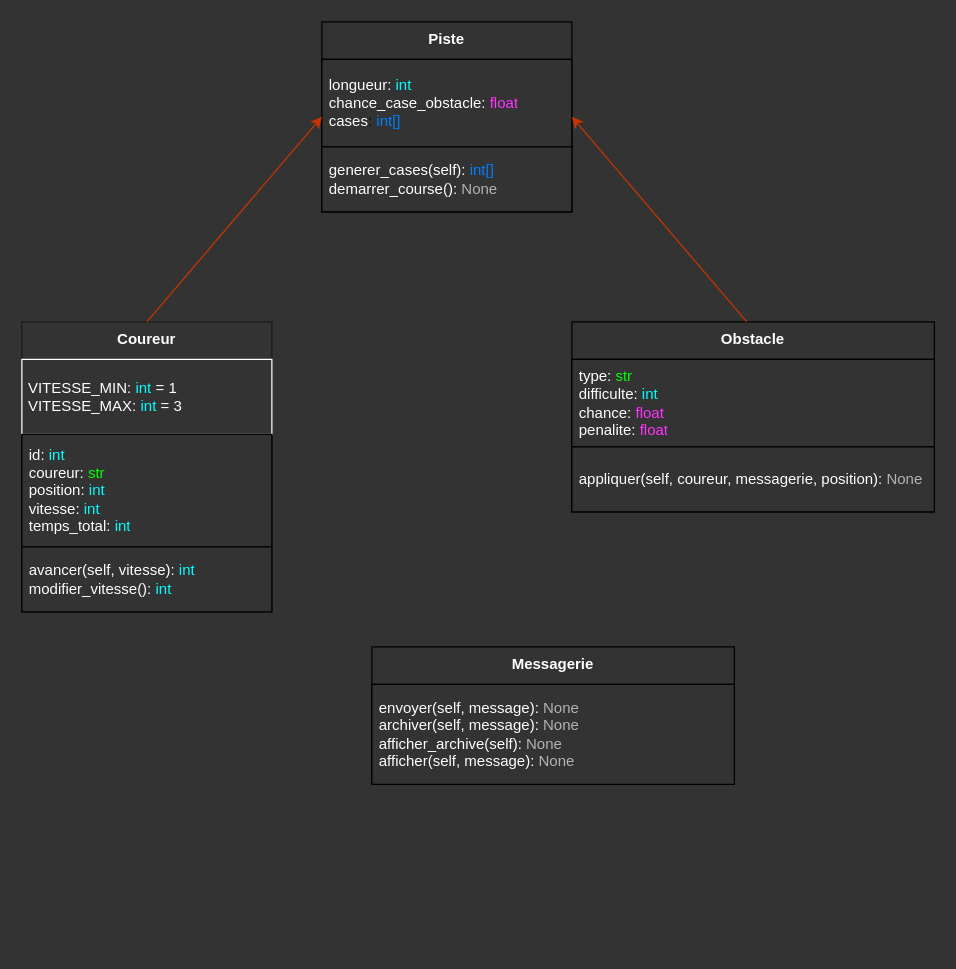
The draw.io diagram Projet 0 - La course à obstacles.drawio in MalekGK/Projet-0_La-course-a-obstacles, before the edit. Source tidied: cells renumbered, new cells numbered last; positions are measured from the earlier drawing's top-left corner, leaving out a move shared by most shapes. Both pictures are drawn from the tidied source at 125%, with x=0, y=0 at pixel (21, 21).
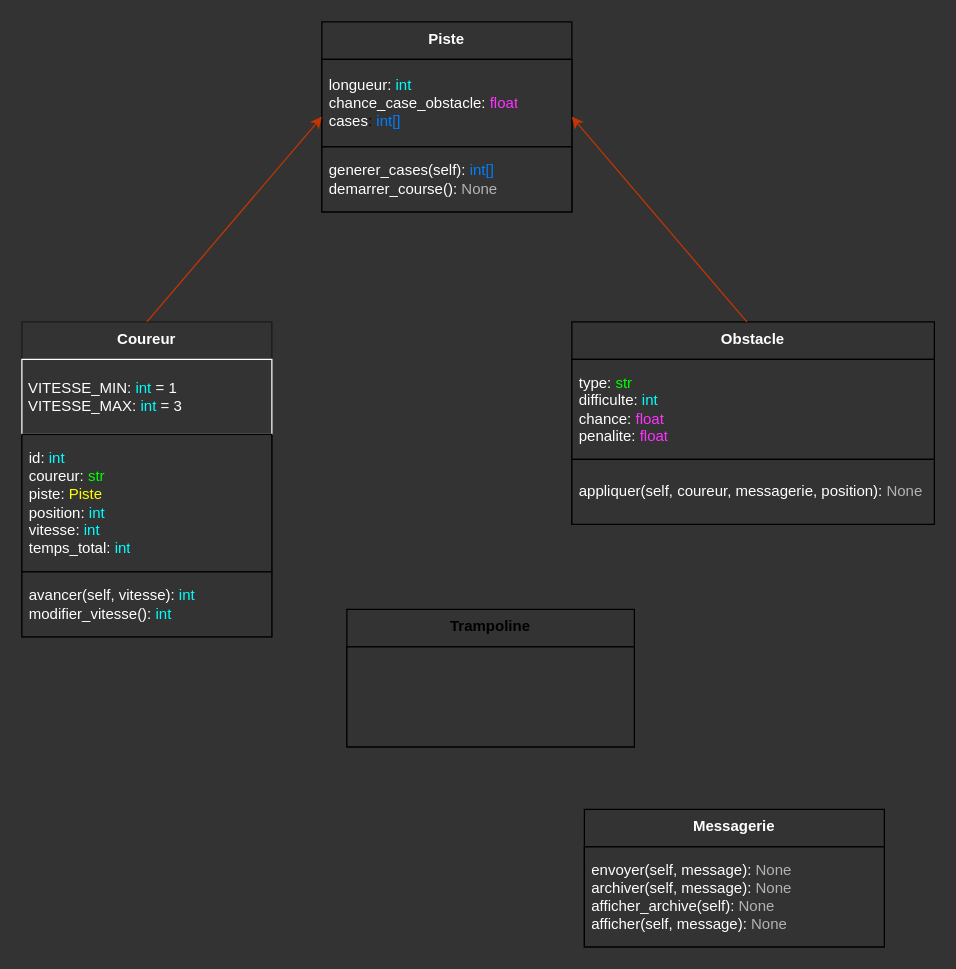
The same page after the edit.

Commit message:
Modified uml diagram

What changed in the source:
```diff
@@
 <mxGraphModel background="light-dark(#333333,#1A1A1A)">
   <root>
     <mxCell id="0" />
     <mxCell id="1" parent="0" />
     <mxCell id="2" value="&lt;b&gt;&lt;font style=&quot;color: light-dark(rgb(255, 255, 255), rgb(255, 255, 255));&quot;&gt;Coureur&lt;/font&gt;&lt;/b&gt;" style="swimlane;fontStyle=0;align=center;verticalAlign=top;horizontal=1;startSize=30;html=1;whiteSpace=wrap;strokeColor=#1A1A1A;fillColor=light-dark(#333333,#333333);" parent="1" vertex="1">
-      <mxGeometry y="240" width="200" height="232" as="geometry" />
+      <mxGeometry y="240" width="200" height="252" as="geometry" />
     </mxCell>
     <mxCell id="3" value="&lt;font style=&quot;color: light-dark(rgb(255, 255, 255), rgb(255, 255, 255));&quot;&gt;&amp;nbsp;VITESSE_MIN: &lt;/font&gt;&lt;font style=&quot;color: light-dark(rgb(0, 255, 255), rgb(0, 255, 255));&quot;&gt;int &lt;/font&gt;&lt;font style=&quot;color: light-dark(rgb(255, 255, 255), rgb(255, 255, 255));&quot;&gt;= &lt;/font&gt;&lt;font style=&quot;color: light-dark(rgb(255, 255, 255), rgb(255, 51, 51));&quot;&gt;1&lt;/font&gt;&lt;div&gt;&lt;span&gt;&lt;font style=&quot;color: light-dark(rgb(255, 255, 255), rgb(255, 255, 255));&quot;&gt;&amp;nbsp;VITESSE_MAX: &lt;/font&gt;&lt;font style=&quot;color: light-dark(rgb(0, 255, 255), rgb(0, 255, 255));&quot;&gt;int &lt;/font&gt;&lt;font style=&quot;color: light-dark(rgb(255, 255, 255), rgb(255, 255, 255));&quot;&gt;= &lt;/font&gt;&lt;font style=&quot;color: light-dark(rgb(255, 255, 255), rgb(255, 51, 51));&quot;&gt;3&lt;/font&gt;&lt;/span&gt;&lt;/div&gt;" style="rounded=0;whiteSpace=wrap;html=1;strokeColor=light-dark(#FFFFFF,#FFFFFF);fillColor=light-dark(#333333,#333333);align=left;" parent="2" vertex="1">
       <mxGeometry y="30" width="200" height="60" as="geometry" />
     </mxCell>
-    <mxCell id="4" value="&lt;font style=&quot;color: light-dark(rgb(255, 255, 255), rgb(255, 255, 255));&quot;&gt;id:&lt;/font&gt;&lt;font style=&quot;color: rgb(255, 255, 255);&quot;&gt; &lt;/font&gt;&lt;font style=&quot;color: light-dark(rgb(0, 255, 255), rgb(0, 255, 255));&quot;&gt;int&lt;/font&gt;&lt;div&gt;&lt;font style=&quot;color: light-dark(rgb(255, 255, 255), rgb(255, 255, 255));&quot;&gt;coureur: &lt;/font&gt;&lt;font style=&quot;color: light-dark(rgb(0, 255, 0), rgb(0, 255, 0));&quot;&gt;str&lt;/font&gt;&lt;/div&gt;&lt;div&gt;&lt;font style=&quot;color: light-dark(rgb(255, 255, 255), rgb(255, 255, 255));&quot;&gt;position:&lt;/font&gt;&lt;font style=&quot;color: rgb(255, 255, 255);&quot;&gt; &lt;/font&gt;&lt;font style=&quot;color: light-dark(rgb(0, 255, 255), rgb(0, 255, 255));&quot;&gt;int&lt;/font&gt;&lt;/div&gt;&lt;div&gt;&lt;font style=&quot;color: light-dark(rgb(255, 255, 255), rgb(255, 255, 255));&quot;&gt;vitesse: &lt;/font&gt;&lt;font style=&quot;color: light-dark(rgb(0, 255, 255), rgb(0, 255, 255));&quot;&gt;int&lt;/font&gt;&lt;/div&gt;&lt;div&gt;&lt;font style=&quot;color: light-dark(rgb(255, 255, 255), rgb(255, 255, 255));&quot;&gt;temps_total:&lt;/font&gt;&lt;font style=&quot;color: rgb(255, 255, 255);&quot;&gt; &lt;/font&gt;&lt;font style=&quot;color: light-dark(rgb(0, 255, 255), rgb(0, 255, 255));&quot;&gt;int&lt;/font&gt;&lt;/div&gt;" style="text;html=1;strokeColor=default;fillColor=light-dark(#333333,#333333);align=left;verticalAlign=middle;spacingLeft=4;spacingRight=4;overflow=hidden;fontColor=#808080;whiteSpace=wrap;" parent="2" vertex="1">
-      <mxGeometry y="90" width="200" height="90" as="geometry" />
+    <mxCell id="4" value="&lt;font style=&quot;color: light-dark(rgb(255, 255, 255), rgb(255, 255, 255));&quot;&gt;id:&lt;/font&gt;&lt;font style=&quot;color: rgb(255, 255, 255);&quot;&gt; &lt;/font&gt;&lt;font style=&quot;color: light-dark(rgb(0, 255, 255), rgb(0, 255, 255));&quot;&gt;int&lt;/font&gt;&lt;div&gt;&lt;font style=&quot;color: light-dark(rgb(255, 255, 255), rgb(255, 255, 255));&quot;&gt;coureur: &lt;/font&gt;&lt;font style=&quot;color: light-dark(rgb(0, 255, 0), rgb(0, 255, 0));&quot;&gt;str&lt;/font&gt;&lt;/div&gt;&lt;div&gt;&lt;font style=&quot;color: light-dark(rgb(255, 255, 255), rgb(255, 255, 255));&quot;&gt;piste: &lt;/font&gt;&lt;font style=&quot;color: light-dark(rgb(255, 255, 0), rgb(255, 255, 0));&quot;&gt;Piste&lt;/font&gt;&lt;/div&gt;&lt;div&gt;&lt;font style=&quot;color: light-dark(rgb(255, 255, 255), rgb(255, 255, 255));&quot;&gt;position:&lt;/font&gt;&lt;font style=&quot;color: rgb(255, 255, 255);&quot;&gt; &lt;/font&gt;&lt;font style=&quot;color: light-dark(rgb(0, 255, 255), rgb(0, 255, 255));&quot;&gt;int&lt;/font&gt;&lt;/div&gt;&lt;div&gt;&lt;font style=&quot;color: light-dark(rgb(255, 255, 255), rgb(255, 255, 255));&quot;&gt;vitesse: &lt;/font&gt;&lt;font style=&quot;color: light-dark(rgb(0, 255, 255), rgb(0, 255, 255));&quot;&gt;int&lt;/font&gt;&lt;/div&gt;&lt;div&gt;&lt;font style=&quot;color: light-dark(rgb(255, 255, 255), rgb(255, 255, 255));&quot;&gt;temps_total:&lt;/font&gt;&lt;font style=&quot;color: rgb(255, 255, 255);&quot;&gt; &lt;/font&gt;&lt;font style=&quot;color: light-dark(rgb(0, 255, 255), rgb(0, 255, 255));&quot;&gt;int&lt;/font&gt;&lt;/div&gt;" style="text;html=1;strokeColor=default;fillColor=light-dark(#333333,#333333);align=left;verticalAlign=middle;spacingLeft=4;spacingRight=4;overflow=hidden;fontColor=#808080;whiteSpace=wrap;" parent="2" vertex="1">
+      <mxGeometry y="90" width="200" height="110" as="geometry" />
     </mxCell>
     <mxCell id="5" value="&lt;font style=&quot;color: light-dark(rgb(255, 255, 255), rgb(255, 255, 255));&quot;&gt;avancer(self, vitesse):&lt;/font&gt;&lt;font style=&quot;color: rgb(255, 255, 255);&quot;&gt; &lt;/font&gt;&lt;font style=&quot;color: light-dark(rgb(0, 255, 255), rgb(0, 255, 255));&quot;&gt;int&lt;/font&gt;&lt;div&gt;&lt;font style=&quot;color: light-dark(rgb(255, 255, 255), rgb(255, 255, 255));&quot;&gt;modifier_vitesse():&lt;/font&gt;&lt;font style=&quot;color: rgb(255, 255, 255);&quot;&gt; &lt;/font&gt;&lt;font style=&quot;color: light-dark(rgb(0, 255, 255), rgb(0, 255, 255));&quot;&gt;int&lt;/font&gt;&lt;/div&gt;" style="text;html=1;strokeColor=default;fillColor=light-dark(#333333,#333333);align=left;verticalAlign=middle;spacingLeft=4;spacingRight=4;overflow=hidden;whiteSpace=wrap;" parent="2" vertex="1">
-      <mxGeometry y="180" width="200" height="52" as="geometry" />
+      <mxGeometry y="200" width="200" height="52" as="geometry" />
     </mxCell>
     <mxCell id="6" value="&lt;b&gt;&lt;font style=&quot;color: light-dark(rgb(255, 255, 255), rgb(255, 255, 255));&quot;&gt;Piste&lt;/font&gt;&lt;/b&gt;" style="swimlane;fontStyle=0;align=center;verticalAlign=top;horizontal=1;startSize=30;html=1;whiteSpace=wrap;fontColor=#FFFFFF;fillColor=light-dark(#333333,#333333);" parent="1" vertex="1">
       <mxGeometry x="240" width="200" height="152" as="geometry" />
     </mxCell>
     <mxCell id="7" value="&lt;font style=&quot;color: light-dark(rgb(255, 255, 255), rgb(255, 255, 255));&quot;&gt;longueu&lt;/font&gt;&lt;font style=&quot;color: light-dark(rgb(0, 0, 0), rgb(255, 255, 255));&quot;&gt;&lt;font style=&quot;color: light-dark(rgb(255, 255, 255), rgb(255, 255, 255));&quot;&gt;r&lt;/font&gt;&lt;font style=&quot;color: rgb(255, 255, 255);&quot;&gt;:&lt;/font&gt;&lt;/font&gt;&lt;font style=&quot;color: rgb(255, 255, 255);&quot;&gt; &lt;/font&gt;&lt;font style=&quot;color: light-dark(rgb(0, 255, 255), rgb(0, 255, 255));&quot;&gt;int&lt;/font&gt;&lt;div&gt;&lt;font style=&quot;color: light-dark(rgb(255, 255, 255), rgb(255, 255, 255));&quot;&gt;chance_case_obstacle:&lt;/font&gt;&lt;font style=&quot;color: rgb(255, 255, 255);&quot;&gt; &lt;/font&gt;&lt;font style=&quot;color: rgb(255, 51, 255);&quot;&gt;float&lt;/font&gt;&lt;/div&gt;&lt;div&gt;&lt;font style=&quot;color: light-dark(rgb(255, 255, 255), rgb(255, 255, 255));&quot;&gt;cases&lt;/font&gt;&lt;font style=&quot;color: light-dark(rgb(0, 0, 0), rgb(255, 255, 255));&quot;&gt;:&lt;/font&gt;&lt;font&gt;&lt;font style=&quot;color: light-dark(rgb(0, 0, 0), rgb(255, 255, 255));&quot;&gt; &lt;/font&gt;&lt;font style=&quot;color: rgb(0, 127, 255);&quot;&gt;int[]&lt;/font&gt;&lt;/font&gt;&lt;/div&gt;" style="text;html=1;strokeColor=default;fillColor=light-dark(#333333,#333333);align=left;verticalAlign=middle;spacingLeft=4;spacingRight=4;overflow=hidden;fontColor=#808080;whiteSpace=wrap;" parent="6" vertex="1">
       <mxGeometry y="30" width="200" height="70" as="geometry" />
     </mxCell>
     <mxCell id="8" value="&lt;font style=&quot;color: light-dark(rgb(255, 255, 255), rgb(255, 255, 255));&quot;&gt;generer_cases(self):&lt;/font&gt;&lt;font style=&quot;color: rgb(255, 255, 255);&quot;&gt; &lt;/font&gt;&lt;font style=&quot;color: rgb(0, 127, 255);&quot;&gt;int[]&lt;/font&gt;&lt;div&gt;&lt;div&gt;&lt;font style=&quot;color: light-dark(rgb(255, 255, 255), rgb(255, 255, 255));&quot;&gt;demarrer_course():&lt;/font&gt;&lt;font style=&quot;color: rgb(255, 255, 255);&quot;&gt; &lt;/font&gt;&lt;font style=&quot;color: light-dark(rgb(179, 179, 179), rgb(179, 179, 179));&quot;&gt;None&lt;/font&gt;&lt;/div&gt;&lt;/div&gt;" style="text;html=1;strokeColor=default;fillColor=light-dark(#333333,#333333);align=left;verticalAlign=middle;spacingLeft=4;spacingRight=4;overflow=hidden;whiteSpace=wrap;" parent="6" vertex="1">
       <mxGeometry y="100" width="200" height="52" as="geometry" />
     </mxCell>
     <mxCell id="9" value="&lt;b&gt;&lt;font style=&quot;color: light-dark(rgb(255, 255, 255), rgb(255, 255, 255));&quot;&gt;Obstacle&lt;/font&gt;&lt;/b&gt;" style="swimlane;fontStyle=0;align=center;verticalAlign=top;horizontal=1;startSize=30;html=1;whiteSpace=wrap;fillColor=light-dark(#333333,#333333);" parent="1" vertex="1">
-      <mxGeometry x="440" y="240" width="290" height="152" as="geometry" />
+      <mxGeometry x="440" y="240" width="290" height="162" as="geometry" />
     </mxCell>
     <mxCell id="10" value="&lt;font style=&quot;color: light-dark(rgb(255, 255, 255), rgb(255, 255, 255));&quot;&gt;type:&lt;/font&gt;&lt;font style=&quot;color: rgb(255, 255, 255);&quot;&gt; &lt;/font&gt;&lt;font style=&quot;color: light-dark(rgb(0, 255, 0), rgb(0, 255, 0));&quot;&gt;str&lt;/font&gt;&lt;div&gt;&lt;font style=&quot;color: light-dark(rgb(255, 255, 255), rgb(255, 255, 255));&quot;&gt;difficulte:&lt;/font&gt;&lt;font style=&quot;color: rgb(255, 255, 255);&quot;&gt; &lt;/font&gt;&lt;font style=&quot;color: light-dark(rgb(0, 255, 255), rgb(0, 255, 255));&quot;&gt;int&lt;/font&gt;&lt;/div&gt;&lt;div&gt;&lt;font style=&quot;color: light-dark(rgb(255, 255, 255), rgb(255, 255, 255));&quot;&gt;chance:&lt;/font&gt;&lt;font style=&quot;color: rgb(255, 255, 255);&quot;&gt; &lt;/font&gt;&lt;font style=&quot;color: rgb(255, 51, 255);&quot;&gt;float&lt;/font&gt;&lt;/div&gt;&lt;div&gt;&lt;font style=&quot;color: light-dark(rgb(255, 255, 255), rgb(255, 255, 255));&quot;&gt;penalite:&lt;/font&gt;&lt;font style=&quot;color: rgb(255, 255, 255);&quot;&gt; &lt;/font&gt;&lt;font style=&quot;color: rgb(255, 51, 255);&quot;&gt;float&lt;/font&gt;&lt;/div&gt;" style="text;html=1;strokeColor=default;fillColor=light-dark(#333333,#333333);align=left;verticalAlign=middle;spacingLeft=4;spacingRight=4;overflow=hidden;fontColor=#808080;whiteSpace=wrap;" parent="9" vertex="1">
-      <mxGeometry y="30" width="290" height="70" as="geometry" />
+      <mxGeometry y="30" width="290" height="80" as="geometry" />
     </mxCell>
     <mxCell id="11" value="&lt;font style=&quot;color: light-dark(rgb(255, 255, 255), rgb(255, 255, 255));&quot;&gt;appliquer(self, coureur, messagerie, position):&lt;/font&gt;&lt;font style=&quot;color: rgb(255, 255, 255);&quot;&gt; &lt;/font&gt;&lt;font style=&quot;color: light-dark(rgb(179, 179, 179), rgb(179, 179, 179));&quot;&gt;None&lt;/font&gt;" style="text;html=1;strokeColor=default;fillColor=light-dark(#333333,#333333);align=left;verticalAlign=middle;spacingLeft=4;spacingRight=4;overflow=hidden;whiteSpace=wrap;" parent="9" vertex="1">
-      <mxGeometry y="100" width="290" height="52" as="geometry" />
+      <mxGeometry y="110" width="290" height="52" as="geometry" />
     </mxCell>
     <mxCell id="12" style="endArrow=classic;html=1;entryX=0;entryY=0.5;entryDx=0;entryDy=0;fillColor=#fa6800;strokeColor=#C73500;" parent="1" edge="1" target="6">
       <mxGeometry relative="1" as="geometry">
         <mxPoint x="100" y="240" as="sourcePoint" />
       </mxGeometry>
     </mxCell>
     <mxCell id="13" style="endArrow=classic;html=1;entryX=1;entryY=0.5;entryDx=0;entryDy=0;fillColor=#fa6800;strokeColor=#C73500;" parent="1" edge="1" target="6">
       <mxGeometry relative="1" as="geometry">
         <mxPoint x="580" y="240" as="sourcePoint" />
       </mxGeometry>
     </mxCell>
     <mxCell id="14" value="&lt;b&gt;&lt;font style=&quot;color: light-dark(rgb(255, 255, 255), rgb(255, 255, 255));&quot;&gt;Messagerie&lt;/font&gt;&lt;/b&gt;" style="swimlane;fontStyle=0;align=center;verticalAlign=top;horizontal=1;startSize=30;html=1;whiteSpace=wrap;fillColor=light-dark(#333333,#333333);" parent="1" vertex="1">
-      <mxGeometry x="280" y="500" width="290" height="110" as="geometry" />
+      <mxGeometry x="450" y="630" width="240" height="110" as="geometry" />
     </mxCell>
     <mxCell id="15" value="&lt;font style=&quot;color: light-dark(rgb(255, 255, 255), rgb(255, 255, 255));&quot;&gt;envoyer(self, message): &lt;/font&gt;&lt;font style=&quot;color: light-dark(rgb(179, 179, 179), rgb(179, 179, 179));&quot;&gt;None&lt;/font&gt;&lt;div&gt;&lt;span&gt;&lt;font style=&quot;color: light-dark(rgb(255, 255, 255), rgb(255, 255, 255));&quot;&gt;archiver(self, message): &lt;/font&gt;&lt;font style=&quot;color: light-dark(rgb(179, 179, 179), rgb(179, 179, 179));&quot;&gt;None&lt;/font&gt;&lt;/span&gt;&lt;/div&gt;&lt;div&gt;&lt;span&gt;&lt;font style=&quot;color: light-dark(rgb(255, 255, 255), rgb(255, 255, 255));&quot;&gt;afficher_archive(self): &lt;/font&gt;&lt;font style=&quot;color: light-dark(rgb(179, 179, 179), rgb(179, 179, 179));&quot;&gt;None&lt;/font&gt;&lt;/span&gt;&lt;/div&gt;&lt;div&gt;&lt;span&gt;&lt;font style=&quot;color: light-dark(rgb(255, 255, 255), rgb(255, 255, 255));&quot;&gt;afficher(self, message): &lt;/font&gt;&lt;font style=&quot;color: light-dark(rgb(179, 179, 179), rgb(179, 179, 179));&quot;&gt;None&lt;/font&gt;&lt;/span&gt;&lt;span style=&quot;color: rgb(255, 255, 255);&quot;&gt;&lt;/span&gt;&lt;/div&gt;" style="text;html=1;strokeColor=default;fillColor=light-dark(#333333,#333333);align=left;verticalAlign=middle;spacingLeft=4;spacingRight=4;overflow=hidden;whiteSpace=wrap;" parent="14" vertex="1">
-      <mxGeometry y="30" width="290" height="80" as="geometry" />
+      <mxGeometry y="30" width="240" height="80" as="geometry" />
     </mxCell>
+    <mxCell id="16" value="&lt;b&gt;&lt;font style=&quot;color: light-dark(rgb(0, 0, 0), rgb(255, 255, 255));&quot;&gt;Trampoline&lt;/font&gt;&lt;/b&gt;" style="swimlane;fontStyle=0;align=center;verticalAlign=top;horizontal=1;startSize=30;html=1;whiteSpace=wrap;fillColor=light-dark(#333333,#333333);" parent="1" vertex="1">
+      <mxGeometry x="260" y="470" width="230" height="110" as="geometry" />
+    </mxCell>
+    <mxCell id="17" style="text;html=1;strokeColor=default;fillColor=light-dark(#333333,#333333);align=left;verticalAlign=middle;spacingLeft=4;spacingRight=4;overflow=hidden;whiteSpace=wrap;" parent="16" vertex="1">
+      <mxGeometry y="30" width="230" height="80" as="geometry" />
+    </mxCell>
   </root>
 </mxGraphModel>
```
